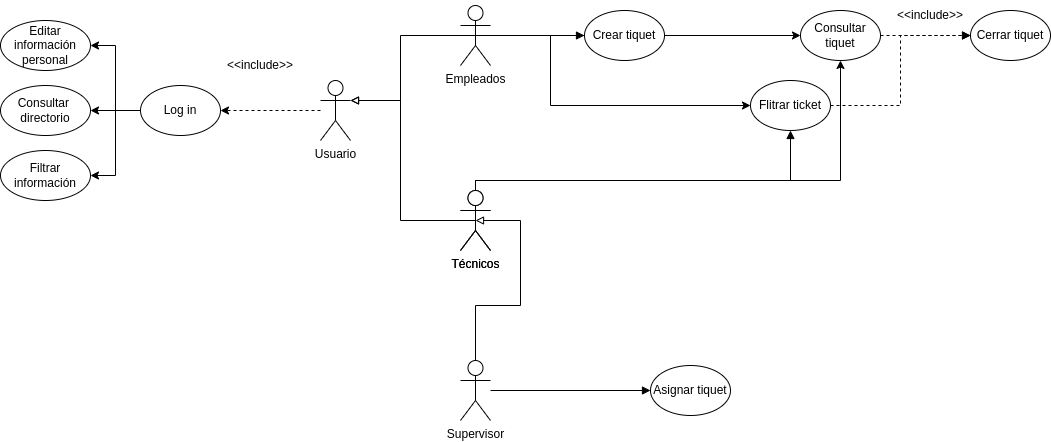
Before: Diagrama de cassos dús.drawio.png, a diagram exported from draw.io (luquetoon/Ticketing_Alex_Sergi). Source tidied: cells renumbered, new cells last; positions are measured from the earlier drawing's top-left corner, leaving out a move shared by most shapes.
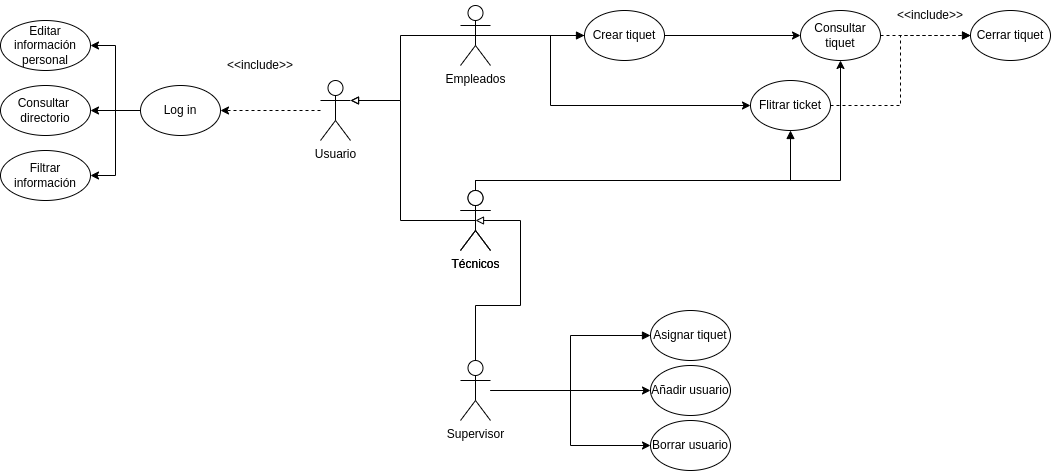
After the change.

Change to the diagram source:
```diff
@@ -48,6 +48,12 @@
     <mxCell id="10" style="edgeStyle=orthogonalEdgeStyle;rounded=0;jettySize=auto;html=1;entryX=0;entryY=0.5;entryDx=0;entryDy=0;endArrow=block;endFill=1;" parent="1" edge="1" source="11" target="16">
       <mxGeometry relative="1" as="geometry" />
     </mxCell>
+    <mxCell id="34" style="edgeStyle=orthogonalEdgeStyle;rounded=0;jettySize=auto;html=1;" parent="1" edge="1" source="11" target="36">
+      <mxGeometry relative="1" as="geometry" />
+    </mxCell>
+    <mxCell id="35" style="edgeStyle=orthogonalEdgeStyle;rounded=0;jettySize=auto;html=1;entryX=0;entryY=0.5;entryDx=0;entryDy=0;" parent="1" edge="1" source="11" target="37">
+      <mxGeometry relative="1" as="geometry" />
+    </mxCell>
     <mxCell id="11" value="Supervisor" style="shape=umlActor;verticalLabelPosition=bottom;verticalAlign=top;html=1;outlineConnect=0;" parent="1" vertex="1">
       <mxGeometry x="460" y="360" width="30" height="60" as="geometry" />
     </mxCell>
@@ -64,7 +70,7 @@
       <mxGeometry x="140" y="85" width="80" height="50" as="geometry" />
     </mxCell>
     <mxCell id="16" value="Asignar tiquet" style="ellipse;whiteSpace=wrap;html=1;" parent="1" vertex="1">
-      <mxGeometry x="650" y="365" width="80" height="50" as="geometry" />
+      <mxGeometry x="650" y="310" width="80" height="50" as="geometry" />
     </mxCell>
     <mxCell id="17" value="&amp;lt;&amp;lt;include&amp;gt;&amp;gt;" style="text;html=1;strokeColor=none;fillColor=none;align=center;verticalAlign=middle;whiteSpace=wrap;rounded=0;" parent="1" vertex="1">
       <mxGeometry x="230" y="50" width="60" height="30" as="geometry" />
@@ -135,5 +141,11 @@
     <mxCell id="33" value="Filtrar información" style="ellipse;whiteSpace=wrap;html=1;" parent="1" vertex="1">
       <mxGeometry y="150" width="90" height="50" as="geometry" />
     </mxCell>
+    <mxCell id="36" value="Añadir usuario" style="ellipse;whiteSpace=wrap;html=1;" parent="1" vertex="1">
+      <mxGeometry x="650" y="365" width="80" height="50" as="geometry" />
+    </mxCell>
+    <mxCell id="37" value="Borrar usuario" style="ellipse;whiteSpace=wrap;html=1;" parent="1" vertex="1">
+      <mxGeometry x="650" y="420" width="80" height="50" as="geometry" />
+    </mxCell>
   </root>
 </mxGraphModel>
```
